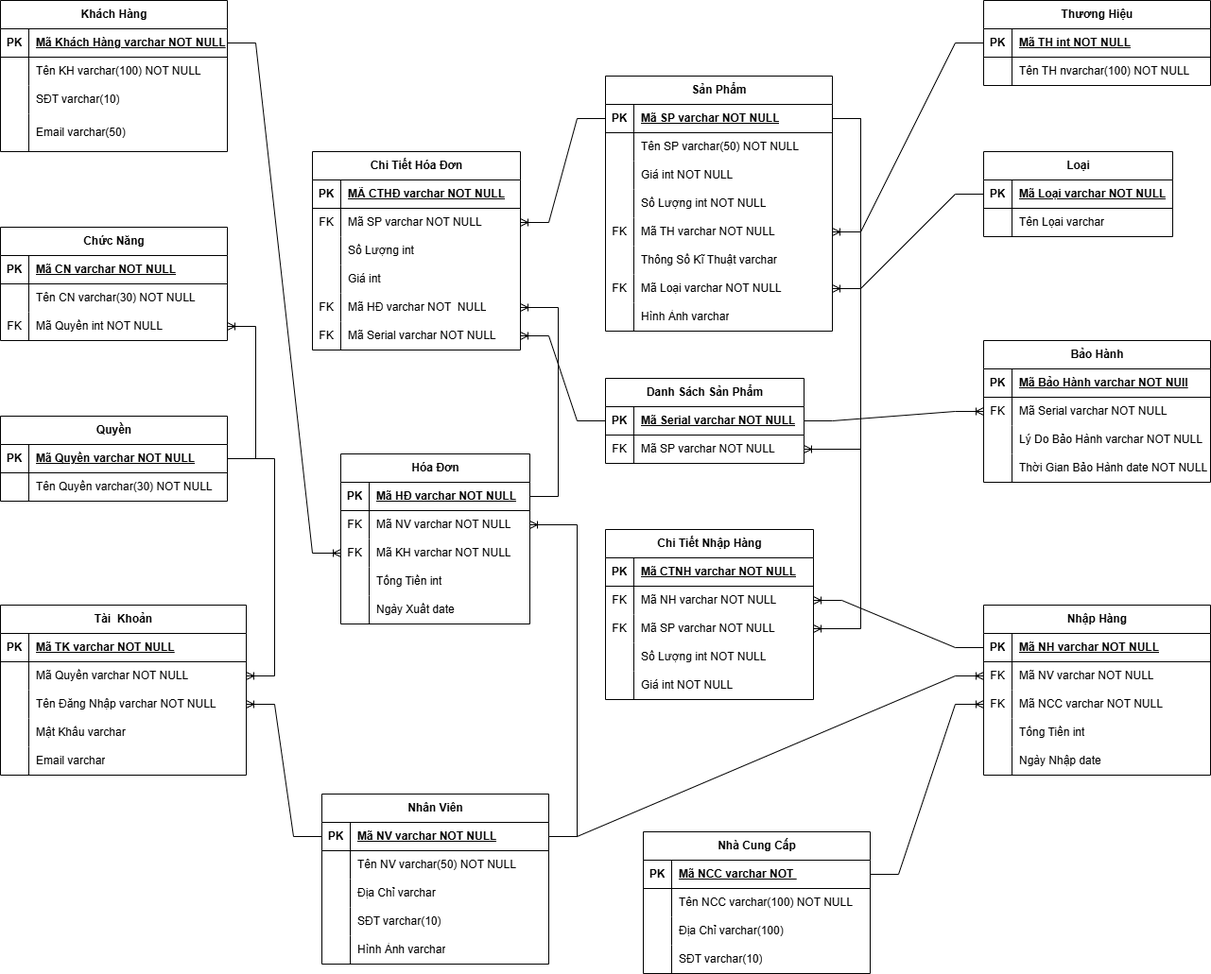
The draw.io diagram src/main/resources/ERD-BanCauLOngFinal.png in NguyenToanThang-kotaru/BadmintonManagement_Java, before a commit. Source tidied: cells renumbered, new cells last; positions are measured from the earlier drawing's top-left corner, leaving out a move shared by most shapes.
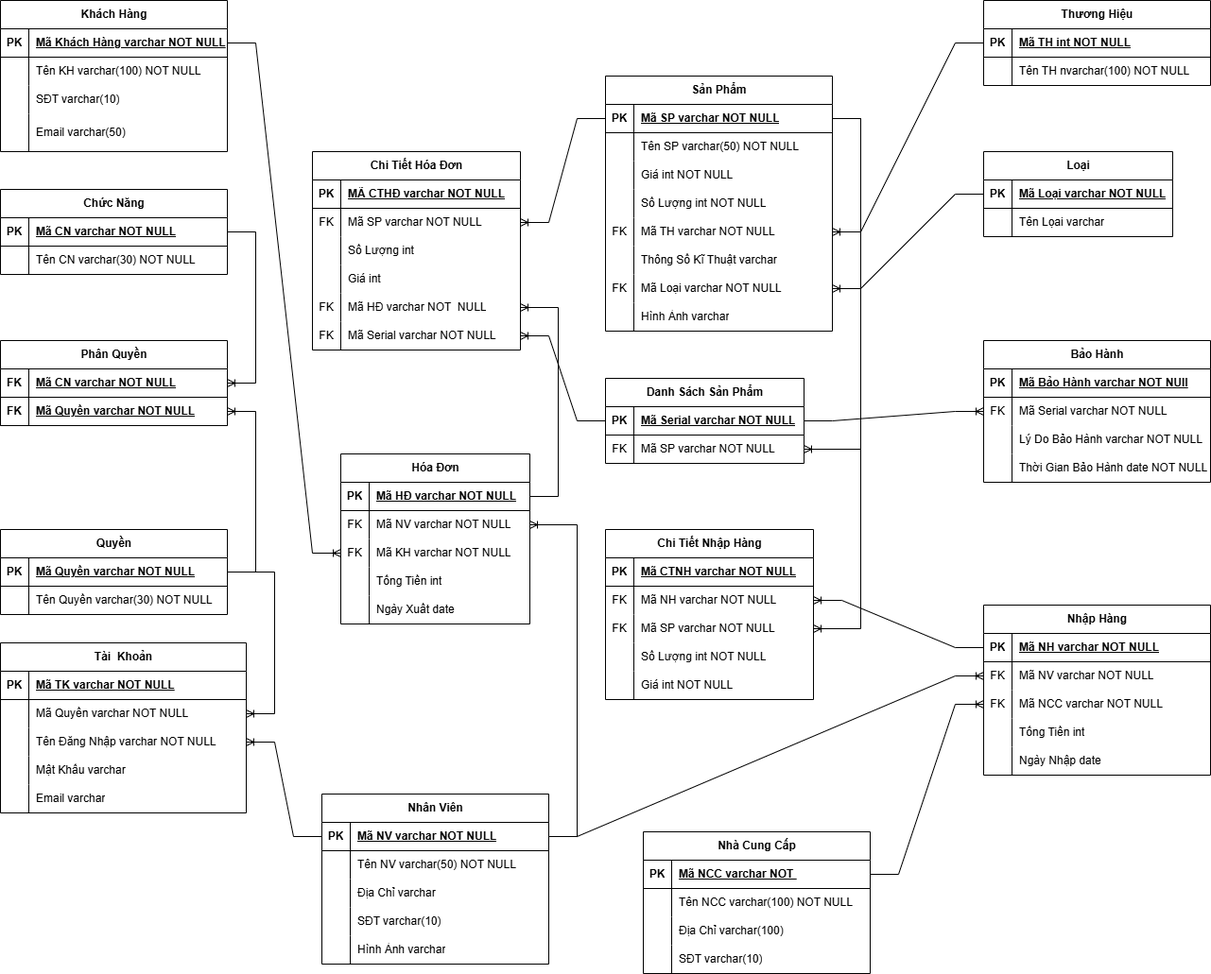
The same diagram one commit later.

Change to the diagram source:
```diff
@@ -42,7 +42,7 @@
       <mxGeometry x="30" width="210" height="40" as="geometry" />
     </mxCell>
     <mxCell id="15" value="Chức Năng" style="shape=table;startSize=30;rowLines=0;fontStyle=1;align=center;html=1;" parent="1" vertex="1">
-      <mxGeometry y="240" width="240" height="120" as="geometry" />
+      <mxGeometry y="200" width="240" height="90" as="geometry" />
     </mxCell>
     <mxCell id="16" style="shape=tableRow;horizontal=0;startSize=0;swimlaneHead=0;swimlaneBody=0;fillColor=none;points=[[0,0.5],[1,0.5]];portConstraint=eastwest;top=0;left=0;right=0;bottom=1;" parent="15" vertex="1">
       <mxGeometry y="30" width="240" height="30" as="geometry" />
@@ -62,17 +62,8 @@
     <mxCell id="21" value="Tên CN varchar(30) NOT NULL" style="shape=partialRectangle;fillColor=none;top=0;left=0;bottom=0;right=0;align=left;spacingLeft=6;overflow=hidden;whiteSpace=wrap;html=1;" parent="19" vertex="1">
       <mxGeometry x="30" width="210" height="30" as="geometry" />
     </mxCell>
-    <mxCell id="22" style="shape=tableRow;horizontal=0;startSize=0;swimlaneHead=0;swimlaneBody=0;fillColor=none;points=[[0,0.5],[1,0.5]];portConstraint=eastwest;top=0;left=0;right=0;bottom=0;" parent="15" vertex="1">
-      <mxGeometry y="90" width="240" height="30" as="geometry" />
-    </mxCell>
-    <mxCell id="23" value="FK" style="shape=partialRectangle;fillColor=none;top=0;left=0;bottom=0;right=0;overflow=hidden;whiteSpace=wrap;html=1;" parent="22" vertex="1">
-      <mxGeometry width="30" height="30" as="geometry" />
-    </mxCell>
-    <mxCell id="24" value="Mã Quyền int NOT NULL" style="shape=partialRectangle;fillColor=none;top=0;left=0;bottom=0;right=0;align=left;spacingLeft=6;overflow=hidden;whiteSpace=wrap;html=1;" parent="22" vertex="1">
-      <mxGeometry x="30" width="210" height="30" as="geometry" />
-    </mxCell>
     <mxCell id="25" value="Quyền" style="shape=table;startSize=30;rowLines=0;fontStyle=1;align=center;html=1;" parent="1" vertex="1">
-      <mxGeometry y="440" width="240" height="90" as="geometry" />
+      <mxGeometry y="560" width="240" height="90" as="geometry" />
     </mxCell>
     <mxCell id="26" style="shape=tableRow;horizontal=0;startSize=0;swimlaneHead=0;swimlaneBody=0;fillColor=none;points=[[0,0.5],[1,0.5]];portConstraint=eastwest;top=0;left=0;right=0;bottom=1;" parent="25" vertex="1">
       <mxGeometry y="30" width="240" height="30" as="geometry" />
@@ -504,7 +495,7 @@
       <mxGeometry relative="1" as="geometry" />
     </mxCell>
     <mxCell id="169" value="Tài&amp;nbsp; Khoản" style="shape=table;startSize=30;rowLines=0;fontStyle=1;align=center;html=1;" parent="1" vertex="1">
-      <mxGeometry y="640" width="260" height="180" as="geometry" />
+      <mxGeometry y="680" width="260" height="180" as="geometry" />
     </mxCell>
     <mxCell id="170" style="shape=tableRow;horizontal=0;startSize=0;swimlaneHead=0;swimlaneBody=0;fillColor=none;top=0;left=0;right=0;bottom=1;" parent="169" vertex="1">
       <mxGeometry y="30" width="260" height="30" as="geometry" />
@@ -599,7 +590,7 @@
     <mxCell id="200" style="edgeStyle=entityRelationEdgeStyle;fontSize=12;html=1;endArrow=ERoneToMany;rounded=0;" parent="1" edge="1" source="84" target="197">
       <mxGeometry relative="1" as="geometry" />
     </mxCell>
-    <mxCell id="201" style="edgeStyle=entityRelationEdgeStyle;fontSize=12;html=1;endArrow=ERoneToMany;rounded=0;" parent="1" edge="1" source="26" target="22">
+    <mxCell id="201" style="edgeStyle=entityRelationEdgeStyle;fontSize=12;html=1;endArrow=ERoneToMany;rounded=0;" parent="1" edge="1" source="26" target="x">
       <mxGeometry relative="1" as="geometry" />
     </mxCell>
     <mxCell id="202" value="Bảo Hành" style="shape=table;startSize=30;rowLines=0;fontStyle=1;align=center;html=1;" parent="1" vertex="1">
@@ -653,5 +644,32 @@
     <mxCell id="218" style="edgeStyle=entityRelationEdgeStyle;fontSize=12;html=1;endArrow=ERoneToMany;rounded=0;" parent="1" edge="1" source="33" target="176">
       <mxGeometry relative="1" as="geometry" />
     </mxCell>
+    <mxCell id="219" value="Phân Quyền" style="shape=table;startSize=30;rowLines=0;fontStyle=1;align=center;html=1;" parent="1" vertex="1">
+      <mxGeometry y="360" width="240" height="90" as="geometry" />
+    </mxCell>
+    <mxCell id="220" style="shape=tableRow;horizontal=0;startSize=0;swimlaneHead=0;swimlaneBody=0;fillColor=none;points=[[0,0.5],[1,0.5]];portConstraint=eastwest;top=0;left=0;right=0;bottom=1;" parent="219" vertex="1">
+      <mxGeometry y="30" width="240" height="30" as="geometry" />
+    </mxCell>
+    <mxCell id="221" value="FK" style="shape=partialRectangle;fillColor=none;top=0;left=0;bottom=0;right=0;fontStyle=1;overflow=hidden;whiteSpace=wrap;html=1;" parent="220" vertex="1">
+      <mxGeometry width="30" height="30" as="geometry" />
+    </mxCell>
+    <mxCell id="222" value="Mã CN varchar NOT NULL" style="shape=partialRectangle;fillColor=none;top=0;left=0;bottom=0;right=0;align=left;spacingLeft=6;fontStyle=5;overflow=hidden;whiteSpace=wrap;html=1;" parent="220" vertex="1">
+      <mxGeometry x="30" width="210" height="30" as="geometry" />
+    </mxCell>
+    <mxCell id="223" style="shape=tableRow;horizontal=0;startSize=0;swimlaneHead=0;swimlaneBody=0;fillColor=none;points=[[0,0.5],[1,0.5]];portConstraint=eastwest;top=0;left=0;right=0;bottom=1;" parent="219" vertex="1">
+      <mxGeometry y="60" width="240" height="30" as="geometry" />
+    </mxCell>
+    <mxCell id="224" value="FK" style="shape=partialRectangle;fillColor=none;top=0;left=0;bottom=0;right=0;fontStyle=1;overflow=hidden;whiteSpace=wrap;html=1;" parent="223" vertex="1">
+      <mxGeometry width="30" height="30" as="geometry" />
+    </mxCell>
+    <mxCell id="225" value="Mã Quyền varchar NOT NULL" style="shape=partialRectangle;fillColor=none;top=0;left=0;bottom=0;right=0;align=left;spacingLeft=6;fontStyle=5;overflow=hidden;whiteSpace=wrap;html=1;" parent="223" vertex="1">
+      <mxGeometry x="30" width="210" height="30" as="geometry" />
+    </mxCell>
+    <mxCell id="226" style="edgeStyle=entityRelationEdgeStyle;fontSize=12;html=1;endArrow=ERoneToMany;rounded=0;" parent="1" edge="1" source="26" target="223">
+      <mxGeometry relative="1" as="geometry" />
+    </mxCell>
+    <mxCell id="227" style="edgeStyle=entityRelationEdgeStyle;fontSize=12;html=1;endArrow=ERoneToMany;rounded=0;" parent="1" edge="1" source="16" target="220">
+      <mxGeometry relative="1" as="geometry" />
+    </mxCell>
   </root>
 </mxGraphModel>
```
